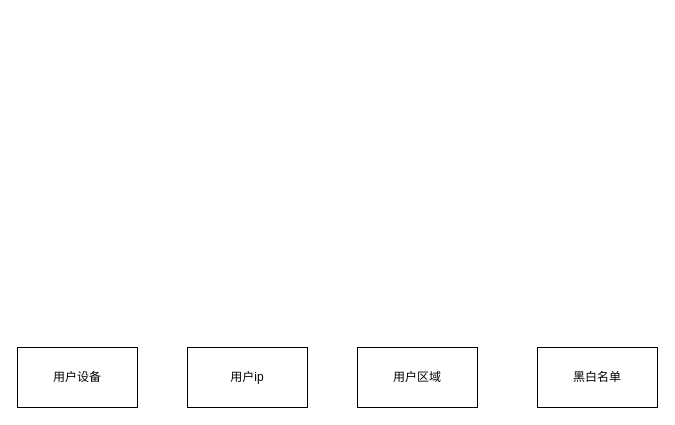
The draw.io diagram 系统架构.drawio in joeytang/imgs, before the edit. Source tidied: cells renumbered, new cells numbered last; positions are measured from the earlier drawing's top-left corner, leaving out a move shared by most shapes. Both pictures are drawn from the tidied source at 100%, with x=0, y=0 at pixel (17, 347).
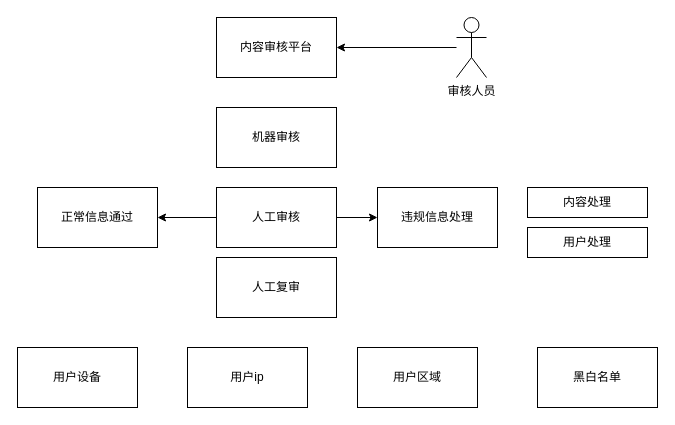
After the change.

Change to the diagram source:
```diff
@@
 <mxGraphModel>
   <root>
     <mxCell id="0" />
     <mxCell id="1" parent="0" />
     <mxCell id="2" value="用户设备" style="rounded=0;whiteSpace=wrap;html=1;" parent="1" vertex="1">
       <mxGeometry width="120" height="60" as="geometry" />
     </mxCell>
     <mxCell id="3" value="用户ip" style="rounded=0;whiteSpace=wrap;html=1;" parent="1" vertex="1">
       <mxGeometry x="170" width="120" height="60" as="geometry" />
     </mxCell>
     <mxCell id="4" value="用户区域" style="rounded=0;whiteSpace=wrap;html=1;" parent="1" vertex="1">
       <mxGeometry x="340" width="120" height="60" as="geometry" />
     </mxCell>
     <mxCell id="5" value="黑白名单" style="rounded=0;whiteSpace=wrap;html=1;" parent="1" vertex="1">
       <mxGeometry x="520" width="120" height="60" as="geometry" />
     </mxCell>
+    <mxCell id="6" value="内容审核平台" style="rounded=0;whiteSpace=wrap;html=1;" parent="1" vertex="1">
+      <mxGeometry x="199" y="-330" width="120" height="60" as="geometry" />
+    </mxCell>
+    <mxCell id="7" style="edgeStyle=orthogonalEdgeStyle;rounded=0;jettySize=auto;html=1;" parent="1" edge="1" source="8" target="6">
+      <mxGeometry relative="1" as="geometry" />
+    </mxCell>
+    <mxCell id="8" value="审核人员" style="shape=umlActor;verticalLabelPosition=bottom;verticalAlign=top;html=1;outlineConnect=0;" parent="1" vertex="1">
+      <mxGeometry x="439" y="-330" width="30" height="60" as="geometry" />
+    </mxCell>
+    <mxCell id="9" value="机器审核" style="rounded=0;whiteSpace=wrap;html=1;" parent="1" vertex="1">
+      <mxGeometry x="199" y="-240" width="120" height="60" as="geometry" />
+    </mxCell>
+    <mxCell id="10" style="edgeStyle=orthogonalEdgeStyle;rounded=0;jettySize=auto;html=1;" parent="1" edge="1" source="12" target="14">
+      <mxGeometry relative="1" as="geometry" />
+    </mxCell>
+    <mxCell id="11" style="edgeStyle=orthogonalEdgeStyle;rounded=0;jettySize=auto;html=1;" parent="1" edge="1" source="12" target="15">
+      <mxGeometry relative="1" as="geometry" />
+    </mxCell>
+    <mxCell id="12" value="人工审核" style="rounded=0;whiteSpace=wrap;html=1;" parent="1" vertex="1">
+      <mxGeometry x="199" y="-160" width="120" height="60" as="geometry" />
+    </mxCell>
+    <mxCell id="13" value="人工复审" style="rounded=0;whiteSpace=wrap;html=1;" parent="1" vertex="1">
+      <mxGeometry x="199" y="-90" width="120" height="60" as="geometry" />
+    </mxCell>
+    <mxCell id="14" value="违规信息处理" style="rounded=0;whiteSpace=wrap;html=1;" parent="1" vertex="1">
+      <mxGeometry x="360" y="-160" width="120" height="60" as="geometry" />
+    </mxCell>
+    <mxCell id="15" value="正常信息通过" style="rounded=0;whiteSpace=wrap;html=1;" parent="1" vertex="1">
+      <mxGeometry x="20" y="-160" width="120" height="60" as="geometry" />
+    </mxCell>
+    <mxCell id="16" value="内容处理" style="rounded=0;whiteSpace=wrap;html=1;" parent="1" vertex="1">
+      <mxGeometry x="510" y="-160" width="120" height="30" as="geometry" />
+    </mxCell>
+    <mxCell id="17" value="用户处理" style="rounded=0;whiteSpace=wrap;html=1;" parent="1" vertex="1">
+      <mxGeometry x="510" y="-120" width="120" height="30" as="geometry" />
+    </mxCell>
   </root>
 </mxGraphModel>
```
